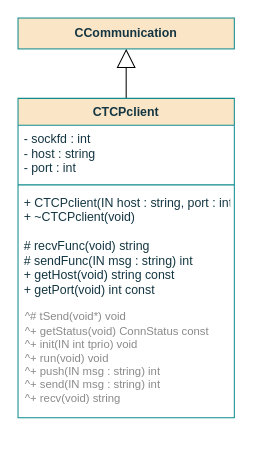
The draw.io diagram page "Class" (1 of 4) of documentation/flowcharts/Classes/CTCPclient.drawio in ESRGgroup9/slipad, before the edit. Source tidied: cells renumbered, new cells numbered last; positions are measured from the earlier drawing's top-left corner, leaving out a move shared by most shapes. Both pictures are drawn from the tidied source at 103%, with x=0, y=0 at pixel (18, 18).
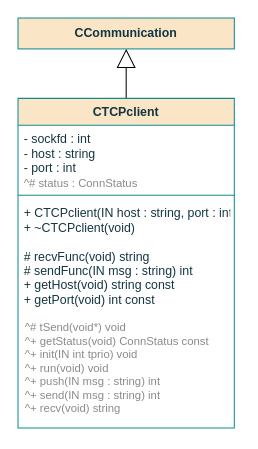
After the change.

The edit, as a diff of the source:
```diff
@@
 <mxGraphModel>
   <root>
     <mxCell id="0" />
     <mxCell id="1" parent="0" />
     <mxCell id="2" value="CCommunication" style="rounded=0;whiteSpace=wrap;html=1;sketch=0;fontColor=#143642;strokeColor=#0F8B8D;fillColor=#FAE5C7;fontStyle=1;" parent="1" vertex="1">
       <mxGeometry width="210" height="30" as="geometry" />
     </mxCell>
     <mxCell id="3" style="endArrow=block;endSize=16;endFill=0;html=1;rounded=0;exitX=0.5;exitY=0;exitDx=0;exitDy=0;entryX=0.5;entryY=1;entryDx=0;entryDy=0;" parent="1" edge="1" target="2">
       <mxGeometry relative="1" as="geometry">
         <mxPoint x="105" y="80" as="sourcePoint" />
       </mxGeometry>
     </mxCell>
     <mxCell id="4" value="CTCPclient" style="swimlane;fontStyle=1;align=center;verticalAlign=top;horizontal=1;startSize=26;fillColor=#FAE5C7;strokeColor=#0F8B8D;fontColor=#143642;" parent="1" vertex="1">
-      <mxGeometry y="78" width="210" height="310" as="geometry" />
+      <mxGeometry y="78" width="210" height="320" as="geometry" />
     </mxCell>
     <mxCell id="5" value="- sockfd : int&#10;- host : string&#10;- port : int&#10;&#10;" style="text;strokeColor=none;fillColor=none;align=left;verticalAlign=top;spacingLeft=4;spacingRight=4;overflow=hidden;fontColor=#143642;" parent="4" vertex="1">
-      <mxGeometry y="26" width="210" height="54" as="geometry" />
+      <mxGeometry y="26" width="210" height="64" as="geometry" />
     </mxCell>
     <mxCell id="6" style="line;strokeWidth=1;fillColor=none;align=left;verticalAlign=middle;spacingTop=-1;spacingLeft=3;spacingRight=3;labelPosition=right;labelBackgroundColor=#DAD2D8;strokeColor=#0F8B8D;fontColor=#143642;" parent="4" vertex="1">
-      <mxGeometry y="80" width="210" height="8" as="geometry" />
+      <mxGeometry y="90" width="210" height="8" as="geometry" />
     </mxCell>
     <mxCell id="7" value="+ CTCPclient(IN host : string, port : int)&#10;+ ~CTCPclient(void)&#10;&#10;# recvFunc(void) string&#10;# sendFunc(IN msg : string) int&#10;+ getHost(void) string const&#10;+ getPort(void) int const&#10; " style="text;strokeColor=none;fillColor=none;align=left;verticalAlign=top;spacingLeft=4;spacingRight=4;overflow=hidden;fontColor=#143642;" parent="4" vertex="1">
-      <mxGeometry y="88" width="210" height="222" as="geometry" />
+      <mxGeometry y="98" width="210" height="222" as="geometry" />
     </mxCell>
-    <mxCell id="8" value="&lt;div style=&quot;font-size: 11px&quot;&gt;&lt;font style=&quot;font-size: 11px&quot; color=&quot;#8A8A8A&quot;&gt;^# tSend(void*) void&lt;br&gt;&lt;/font&gt;&lt;/div&gt;&lt;div style=&quot;font-size: 11px&quot;&gt;&lt;font style=&quot;font-size: 11px&quot; color=&quot;#8A8A8A&quot;&gt;^+ getStatus(void) ConnStatus const&lt;br style=&quot;font-size: 11px&quot;&gt;&lt;/font&gt;&lt;/div&gt;&lt;div style=&quot;font-size: 11px&quot;&gt;&lt;font style=&quot;font-size: 11px&quot; color=&quot;#8A8A8A&quot;&gt;^+ init(IN int tprio) void&lt;/font&gt;&lt;/div&gt;&lt;div style=&quot;font-size: 11px&quot;&gt;&lt;font style=&quot;font-size: 11px&quot; color=&quot;#8A8A8A&quot;&gt;^+ run(void) void&lt;br&gt;&lt;/font&gt;&lt;/div&gt;&lt;font style=&quot;font-size: 11px&quot; color=&quot;#8A8A8A&quot;&gt;^+ push(IN msg : string) int&lt;br style=&quot;font-size: 11px&quot;&gt;^+ send(IN msg : string) int&lt;br style=&quot;font-size: 11px&quot;&gt;^+ recv(void) string&lt;/font&gt;" style="text;html=1;align=left;verticalAlign=middle;strokeColor=none;fillColor=none;opacity=10;fontSize=11;" parent="1" vertex="1">
-      <mxGeometry x="5" y="275" width="210" height="110" as="geometry" />
+    <mxCell id="8" value="&lt;div style=&quot;font-size: 11px&quot;&gt;&lt;font style=&quot;font-size: 11px&quot; color=&quot;#8A8A8A&quot;&gt;^# tSend(void*) void&lt;br&gt;&lt;/font&gt;&lt;/div&gt;&lt;div style=&quot;font-size: 11px&quot;&gt;&lt;font style=&quot;font-size: 11px&quot; color=&quot;#8A8A8A&quot;&gt;^+ getStatus(void) ConnStatus const&lt;br style=&quot;font-size: 11px&quot;&gt;&lt;/font&gt;&lt;/div&gt;&lt;div style=&quot;font-size: 11px&quot;&gt;&lt;font style=&quot;font-size: 11px&quot; color=&quot;#8A8A8A&quot;&gt;^+ init(IN int tprio) void&lt;/font&gt;&lt;/div&gt;&lt;div style=&quot;font-size: 11px&quot;&gt;&lt;font style=&quot;font-size: 11px&quot; color=&quot;#8A8A8A&quot;&gt;^+ run(void) void&lt;br&gt;&lt;/font&gt;&lt;/div&gt;&lt;font style=&quot;font-size: 11px&quot; color=&quot;#8A8A8A&quot;&gt;^+ push(IN msg : string) int&lt;br style=&quot;font-size: 11px&quot;&gt;^+ send(IN msg : string) int&lt;br style=&quot;font-size: 11px&quot;&gt;&lt;/font&gt;&lt;div&gt;&lt;font style=&quot;font-size: 11px&quot; color=&quot;#8A8A8A&quot;&gt;^+ recv(void) string&lt;/font&gt;&lt;/div&gt;" style="text;html=1;align=left;verticalAlign=middle;strokeColor=none;fillColor=none;opacity=10;fontSize=11;" parent="1" vertex="1">
+      <mxGeometry x="5" y="285" width="210" height="110" as="geometry" />
     </mxCell>
+    <mxCell id="9" value="&lt;br&gt;&lt;div&gt;&lt;font style=&quot;font-size: 11px&quot; color=&quot;#8A8A8A&quot;&gt;^# status : ConnStatus&lt;br&gt;&lt;/font&gt;&lt;/div&gt;" style="text;html=1;align=left;verticalAlign=middle;strokeColor=none;fillColor=none;opacity=10;fontSize=11;" parent="1" vertex="1">
+      <mxGeometry x="4" y="139" width="140" height="30" as="geometry" />
+    </mxCell>
   </root>
 </mxGraphModel>
```
